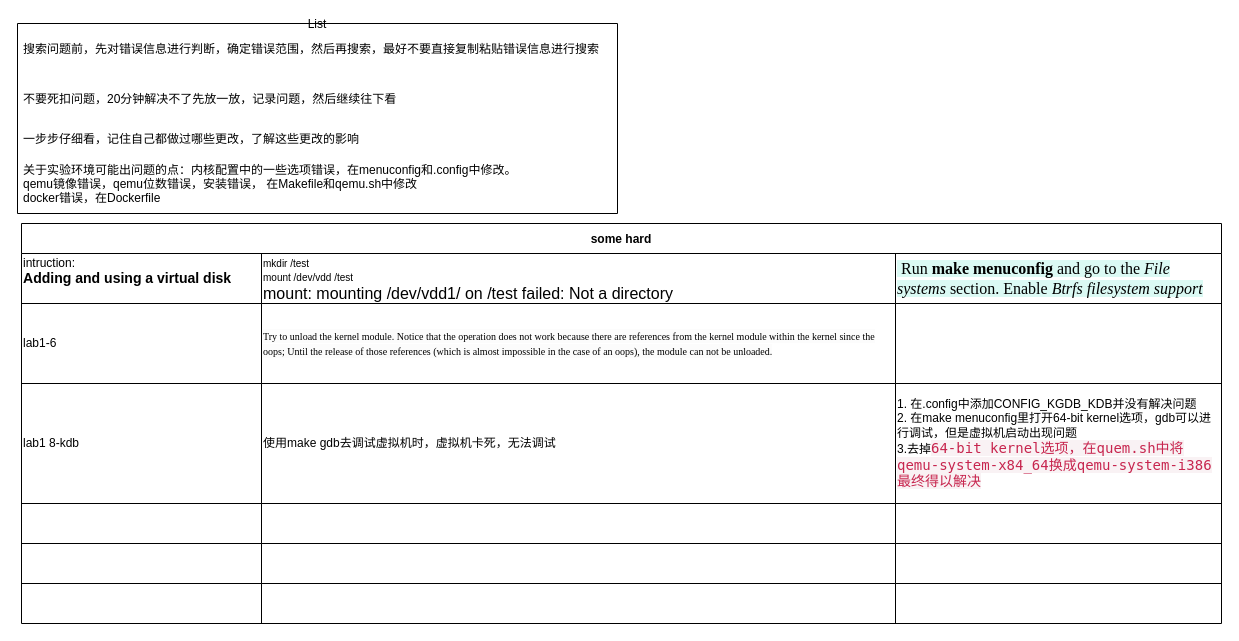
Earlier version of the draw.io diagram page "questions" (2 of 2) of Untitled Diagram.drawio (ganjue66da/linux_kernel_labs). Source tidied: cells renumbered, new cells numbered last; positions are measured from the earlier drawing's top-left corner, leaving out a move shared by most shapes. Both pictures are drawn from the tidied source at 100%, with x=0, y=0 at pixel (17, 23).
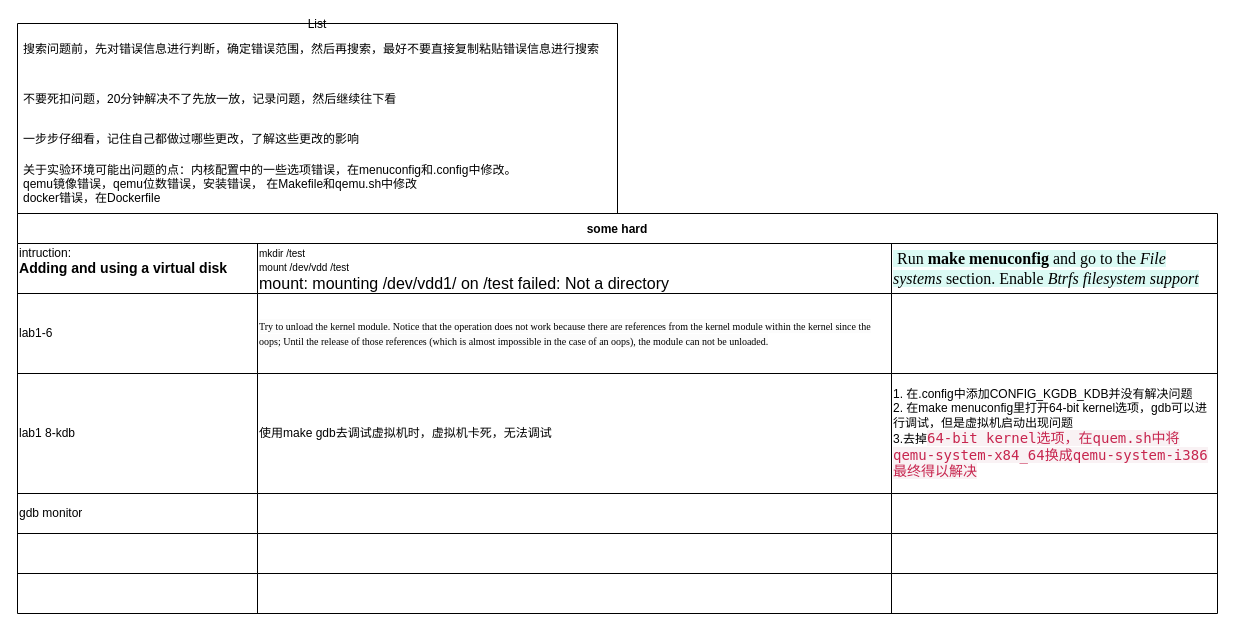
The same diagram, later.

The change refers to these unchanged cells:
```xml
<mxCell id="15" style="shape=partialRectangle;html=1;whiteSpace=wrap;fillColor=none;top=0;left=0;bottom=0;right=0;align=left;" parent="2" vertex="1">
  <mxGeometry y="280" width="1200" height="40" as="geometry" />
</mxCell>
```

What changed in the source:
```diff
@@
     <mxCell id="2" value="some hard" style="shape=table;startSize=30;childLayout=tableLayout;fontStyle=1;align=center;" parent="1" vertex="1">
-      <mxGeometry x="4" y="200" width="1200" height="400" as="geometry" />
+      <mxGeometry y="190" width="1200" height="400" as="geometry" />
     </mxCell>
@@
-    <mxCell id="16" style="shape=partialRectangle;html=1;whiteSpace=wrap;fillColor=none;top=0;left=0;bottom=0;right=0;overflow=hidden;align=left;" parent="15" vertex="1">
+    <mxCell id="16" value="gdb monitor" style="shape=partialRectangle;html=1;whiteSpace=wrap;fillColor=none;top=0;left=0;bottom=0;right=0;overflow=hidden;align=left;" parent="15" vertex="1">
       <mxGeometry width="240" height="40" as="geometry" />
     </mxCell>
```
